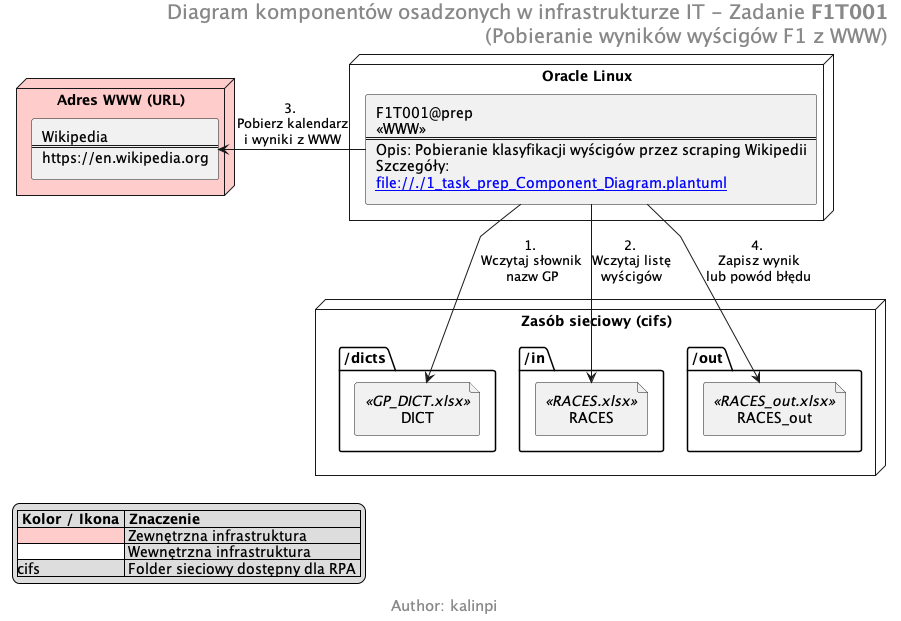
Earlier version of the PlantUML export www/f1t001/docs/PL/0_tasks_Infrastructure.png (kalinpi/f1-rpa).
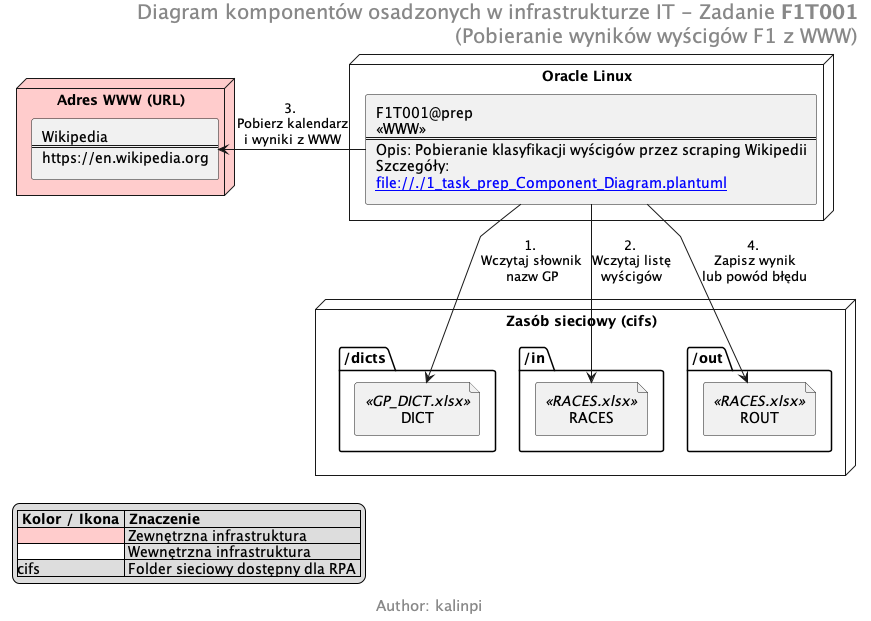
After the commit.

The edit, as a diff of the source:
```diff
@@ -29,7 +29,7 @@
     file RACES <<RACES.xlsx>>
   }
   folder out_folder as "/out" {
-    file RACES_out <<RACES_out.xlsx>>
+    file ROUT <<RACES.xlsx>>
   }
 }
 
@@ -44,7 +44,7 @@
 Robot -d-> DICT      : 1. \nWczytaj słownik\nnazw GP
 Robot -d-> RACES     : 2. \nWczytaj listę\nwyścigów
 Robot -l-> URL       : 3. \nPobierz kalendarz\ni wyniki z WWW
-Robot -u-> RACES_out : 4. \nZapisz wynik\nlub powód błędu
+Robot -u-> ROUT      : 4. \nZapisz wynik\nlub powód błędu
 
 legend bottom left
   |= Kolor / Ikona |= Znaczenie |
```
